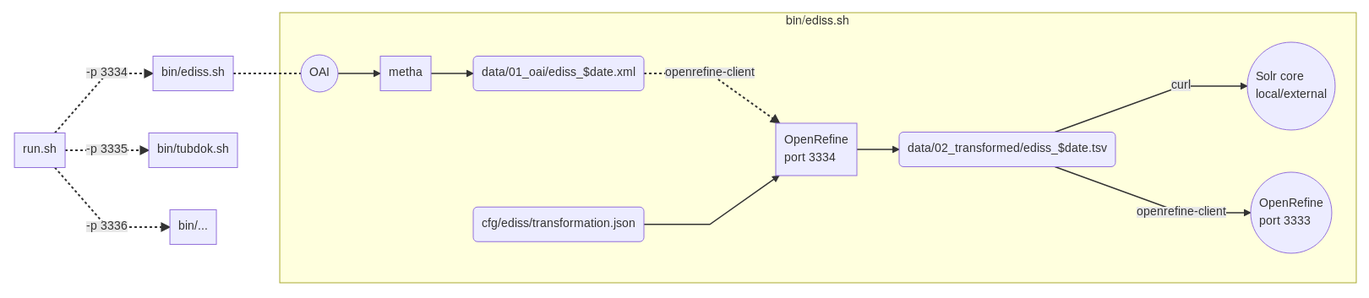
The Mermaid diagram flowchart.png in subhh/HOS-MetadataTransformations, before a commit. Its source is kept beside it as flowchart.mmd.
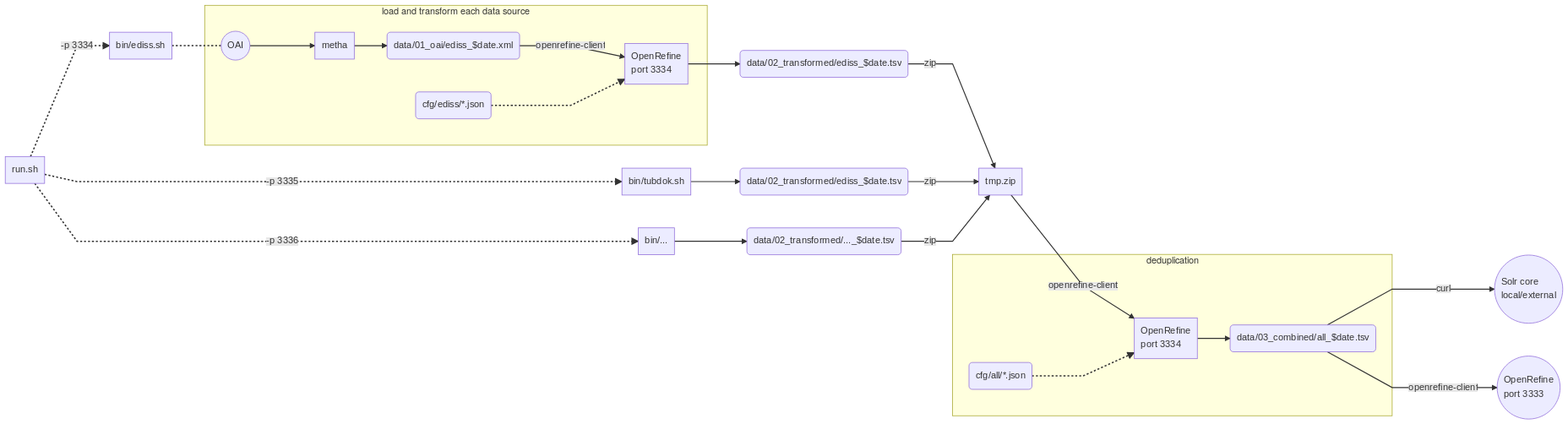
Later version of the same file.

Diff of the diagram source:
```diff
@@ -3,14 +3,26 @@
 run.sh -. -p 3334 .-> bin/ediss.sh
 bin/ediss.sh -.- oai
 run.sh -. -p 3335 .-> bin/tubdok.sh
+bin/tubdok.sh --> 02transformed_tubdok(data/02_transformed/ediss_$date.tsv)
 run.sh -. -p 3336 .-> bin/...
+bin/... --> 02transformed_...(data/02_transformed/..._$date.tsv)
 
-subgraph bin/ediss.sh
+subgraph load and transform each data source
 oai((OAI)) --> metha
 metha --> 01oai(data/01_oai/ediss_$date.xml)
-01oai -. openrefine-client .-> openrefine-container[OpenRefine<br>port 3334]
-config(cfg/ediss/transformation.json) --> openrefine-container
-openrefine-container --> 02transformed(data/02_transformed/ediss_$date.tsv)
-02transformed -- curl --> solr((Solr core<br>local/external))
-02transformed -- openrefine-client --> openrefine-service((OpenRefine<br>port 3333))
+01oai -- openrefine-client --> openrefine-container1[OpenRefine<br>port 3334]
+config1(cfg/ediss/*.json) -.-> openrefine-container1
 end
+openrefine-container1 --> 02transformed_ediss(data/02_transformed/ediss_$date.tsv)
+
+02transformed_ediss -- zip --> tmp.zip
+02transformed_tubdok -- zip --> tmp.zip
+02transformed_... -- zip --> tmp.zip
+tmp.zip -- openrefine-client --> openrefine-container2[OpenRefine<br>port 3334]
+
+subgraph deduplication
+config2(cfg/all/*.json) -.-> openrefine-container2
+openrefine-container2 --> 03combined(data/03_combined/all_$date.tsv)
+end
+03combined -- curl --> solr((Solr core<br>local/external))
+03combined -- openrefine-client --> openrefine-service((OpenRefine<br>port 3333))
```
